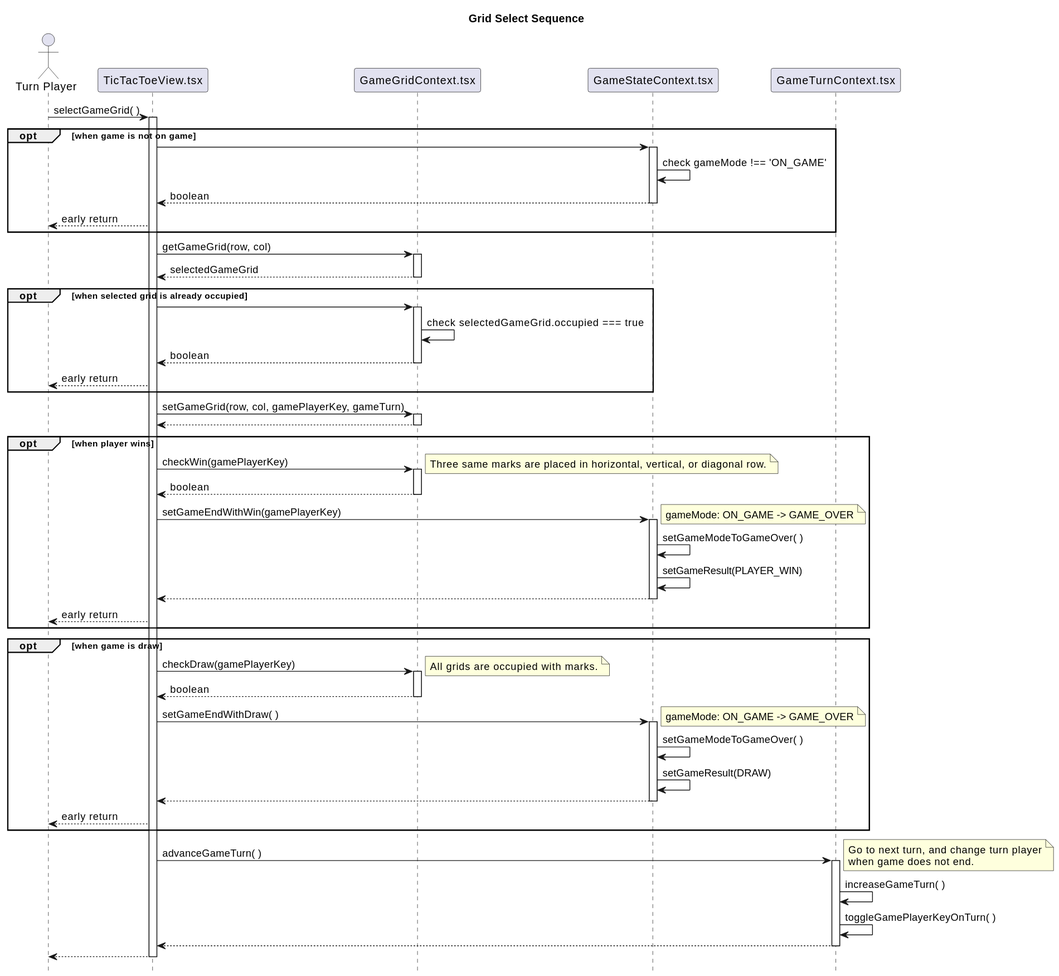
Before: tic-tac-toe/md/grid-select-sequence.svg, a diagram exported from PlantUML (hi2k1978/react-samples). Its diagram source:
```plantuml
@startuml
title Grid Select Sequence
hide footbox

Actor "Turn Player" as Player
participant "TicTacToeView.tsx" as TicTacToeView
participant "GameGridContext.tsx" as GameGrid
participant "GameStateContext.tsx" as GameState
participant "GameTurnContext.tsx" as GameTurn

Player -> TicTacToeView: selectGameGrid( )
activate TicTacToeView

opt when game is not on game
    TicTacToeView -> GameState:
    activate GameState
    GameState -> GameState: check gameMode !== 'ON_GAME'
    GameState --> TicTacToeView: boolean
    deactivate GameState
    TicTacToeView --> Player: early return
end

TicTacToeView -> GameGrid: getGameGrid(row, col)
activate GameGrid
GameGrid --> TicTacToeView: selectedGameGrid
deactivate GameGrid

opt when selected grid is already occupied
    TicTacToeView -> GameGrid
    activate GameGrid
    GameGrid -> GameGrid: check selectedGameGrid.occupied === true
    GameGrid --> TicTacToeView:boolean
    deactivate GameGrid
    TicTacToeView --> Player: early return
end

TicTacToeView -> GameGrid: setGameGrid(row, col, gamePlayerKey, gameTurn)
activate GameGrid
GameGrid --> TicTacToeView:
deactivate GameGrid

opt when player wins
    TicTacToeView -> GameGrid: checkWin(gamePlayerKey)
    note right
    	 Three same marks are placed in horizontal, vertical, or diagonal row.
    end note
    activate GameGrid
    GameGrid --> TicTacToeView: boolean
    deactivate GameGrid

    TicTacToeView -> GameState: setGameEndWithWin(gamePlayerKey)
    note right
    	 gameMode: ON_GAME -> GAME_OVER
    end note
    activate GameState
    GameState -> GameState: setGameModeToGameOver( )
    GameState -> GameState: setGameResult(PLAYER_WIN)
    GameState --> TicTacToeView
    deactivate GameState
    TicTacToeView --> Player: early return
end

opt when game is draw
    TicTacToeView -> GameGrid: checkDraw(gamePlayerKey)
    note right
    	 All grids are occupied with marks.
    end note
    activate GameGrid
    GameGrid --> TicTacToeView: boolean
    deactivate GameGrid

    TicTacToeView -> GameState: setGameEndWithDraw( )
    note right
    	 gameMode: ON_GAME -> GAME_OVER
    end note
    activate GameState
    GameState -> GameState: setGameModeToGameOver( )
    GameState -> GameState: setGameResult(DRAW)
    GameState --> TicTacToeView
    deactivate GameState
    TicTacToeView --> Player: early return
end

TicTacToeView -> GameTurn: advanceGameTurn( )
note right
     Go to next turn, and change turn player
     when game does not end.
end note
activate GameTurn
GameTurn -> GameTurn: increaseGameTurn( )
GameTurn -> GameTurn: toggleGamePlayerKeyOnTurn( )
GameTurn --> TicTacToeView
deactivate GameTurn

TicTacToeView --> Player:
deactivate TicTacToeView

@enduml
```
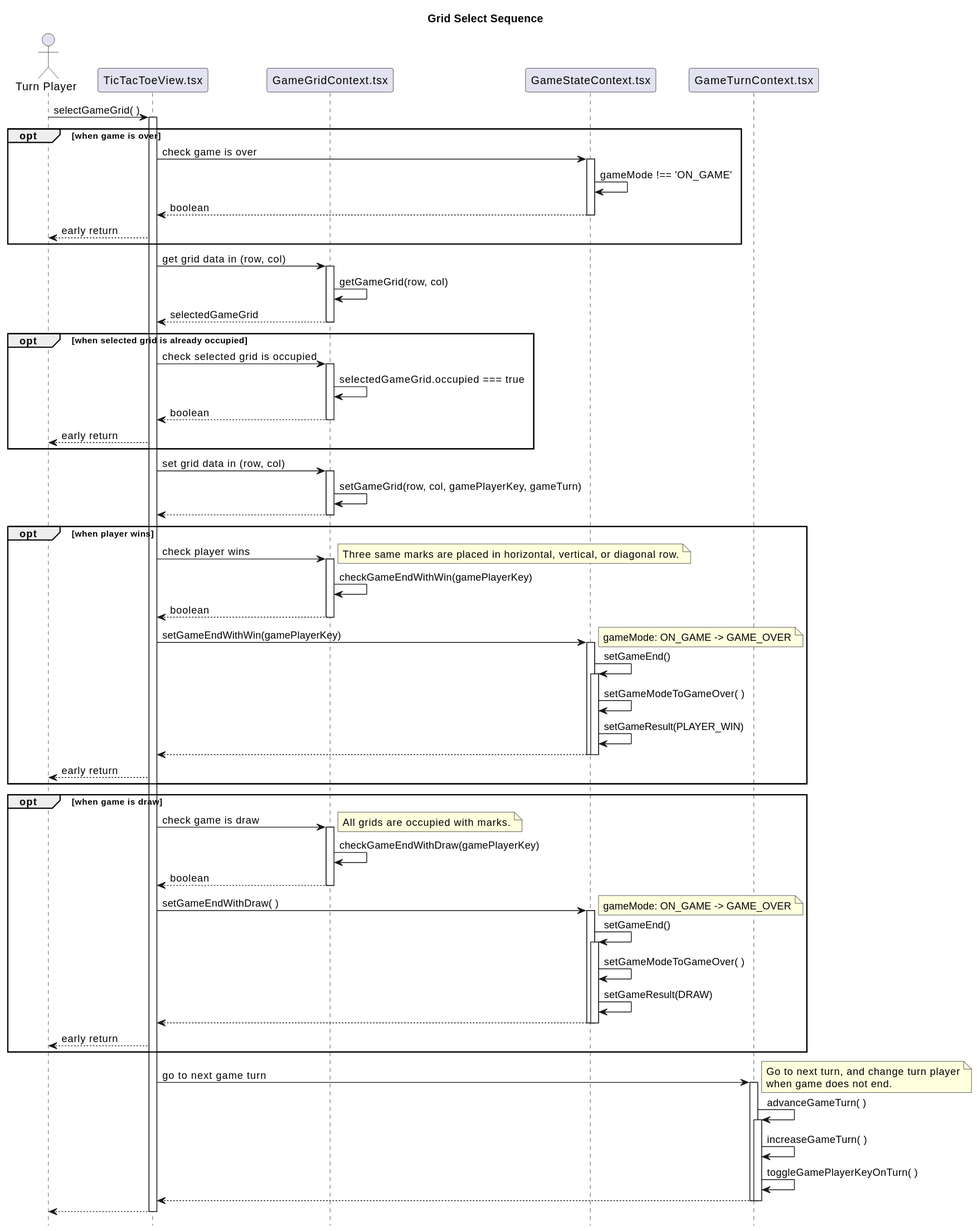
Above is the later version.

The edit, as a diff of the source:
```diff
@@ -11,40 +11,43 @@
 Player -> TicTacToeView: selectGameGrid( )
 activate TicTacToeView
 
-opt when game is not on game
-    TicTacToeView -> GameState:
+opt when game is over
+    TicTacToeView -> GameState: check game is over
     activate GameState
-    GameState -> GameState: check gameMode !== 'ON_GAME'
+    GameState -> GameState: gameMode !== 'ON_GAME'
     GameState --> TicTacToeView: boolean
     deactivate GameState
     TicTacToeView --> Player: early return
 end
 
-TicTacToeView -> GameGrid: getGameGrid(row, col)
+TicTacToeView -> GameGrid: get grid data in (row, col)
 activate GameGrid
+GameGrid -> GameGrid: getGameGrid(row, col)
 GameGrid --> TicTacToeView: selectedGameGrid
 deactivate GameGrid
 
 opt when selected grid is already occupied
-    TicTacToeView -> GameGrid
+    TicTacToeView -> GameGrid: check selected grid is occupied
     activate GameGrid
-    GameGrid -> GameGrid: check selectedGameGrid.occupied === true
+    GameGrid -> GameGrid: selectedGameGrid.occupied === true
     GameGrid --> TicTacToeView:boolean
     deactivate GameGrid
     TicTacToeView --> Player: early return
 end
 
-TicTacToeView -> GameGrid: setGameGrid(row, col, gamePlayerKey, gameTurn)
+TicTacToeView -> GameGrid: set grid data in (row, col)
 activate GameGrid
+GameGrid -> GameGrid: setGameGrid(row, col, gamePlayerKey, gameTurn)
 GameGrid --> TicTacToeView:
 deactivate GameGrid
 
 opt when player wins
-    TicTacToeView -> GameGrid: checkWin(gamePlayerKey)
+    TicTacToeView -> GameGrid: check player wins
     note right
     	 Three same marks are placed in horizontal, vertical, or diagonal row.
     end note
     activate GameGrid
+    GameGrid -> GameGrid: checkGameEndWithWin(gamePlayerKey)
     GameGrid --> TicTacToeView: boolean
     deactivate GameGrid
 
@@ -53,45 +56,54 @@
     	 gameMode: ON_GAME -> GAME_OVER
     end note
     activate GameState
+    GameState -> GameState: setGameEnd()
+    activate GameState
     GameState -> GameState: setGameModeToGameOver( )
     GameState -> GameState: setGameResult(PLAYER_WIN)
     GameState --> TicTacToeView
+    deactivate GameState
     deactivate GameState
     TicTacToeView --> Player: early return
 end
 
 opt when game is draw
-    TicTacToeView -> GameGrid: checkDraw(gamePlayerKey)
+    TicTacToeView -> GameGrid: check game is draw
     note right
     	 All grids are occupied with marks.
     end note
     activate GameGrid
+    GameGrid -> GameGrid: checkGameEndWithDraw(gamePlayerKey)
     GameGrid --> TicTacToeView: boolean
     deactivate GameGrid
-
+    deactivate GameGrid
     TicTacToeView -> GameState: setGameEndWithDraw( )
     note right
     	 gameMode: ON_GAME -> GAME_OVER
     end note
     activate GameState
+    GameState -> GameState: setGameEnd()
+    activate GameState
     GameState -> GameState: setGameModeToGameOver( )
     GameState -> GameState: setGameResult(DRAW)
     GameState --> TicTacToeView
     deactivate GameState
+    deactivate GameState
     TicTacToeView --> Player: early return
 end
 
-TicTacToeView -> GameTurn: advanceGameTurn( )
+TicTacToeView -> GameTurn: go to next game turn
 note right
      Go to next turn, and change turn player
      when game does not end.
 end note
 activate GameTurn
+GameTurn -> GameTurn: advanceGameTurn( )
+activate GameTurn
 GameTurn -> GameTurn: increaseGameTurn( )
 GameTurn -> GameTurn: toggleGamePlayerKeyOnTurn( )
 GameTurn --> TicTacToeView
 deactivate GameTurn
-
+deactivate GameTurn
 TicTacToeView --> Player:
 deactivate TicTacToeView
 
```
